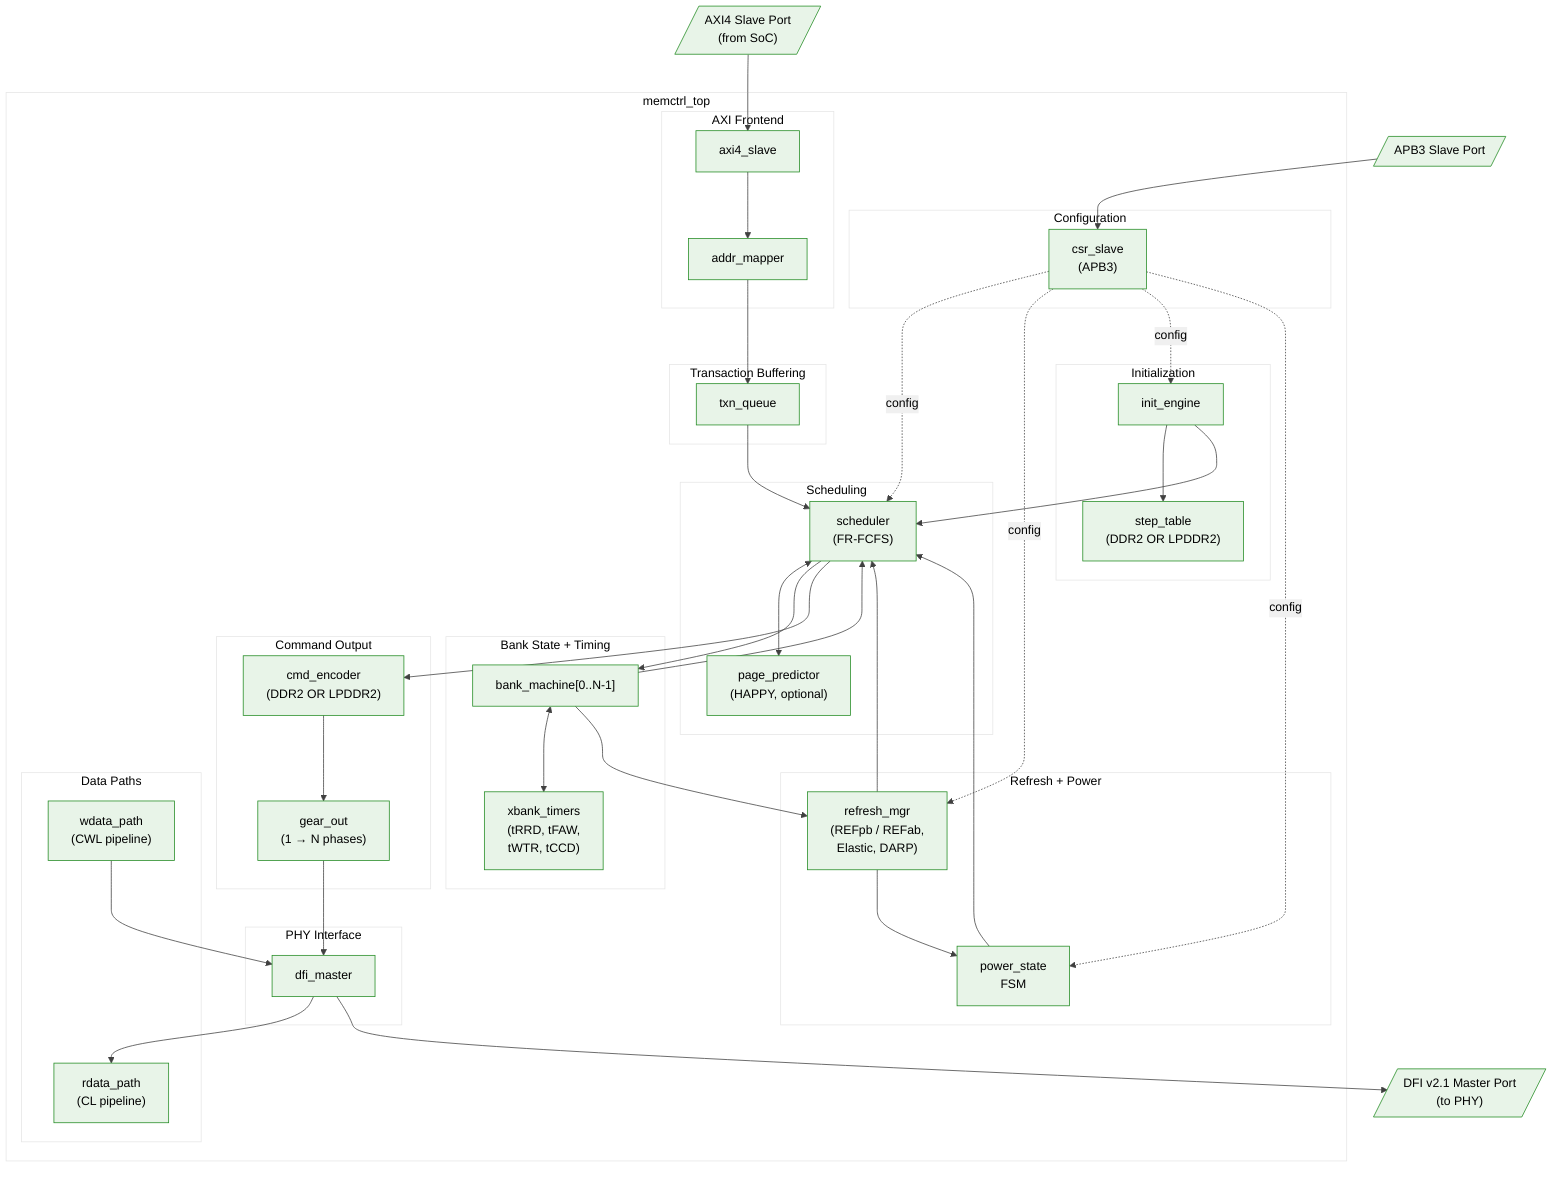
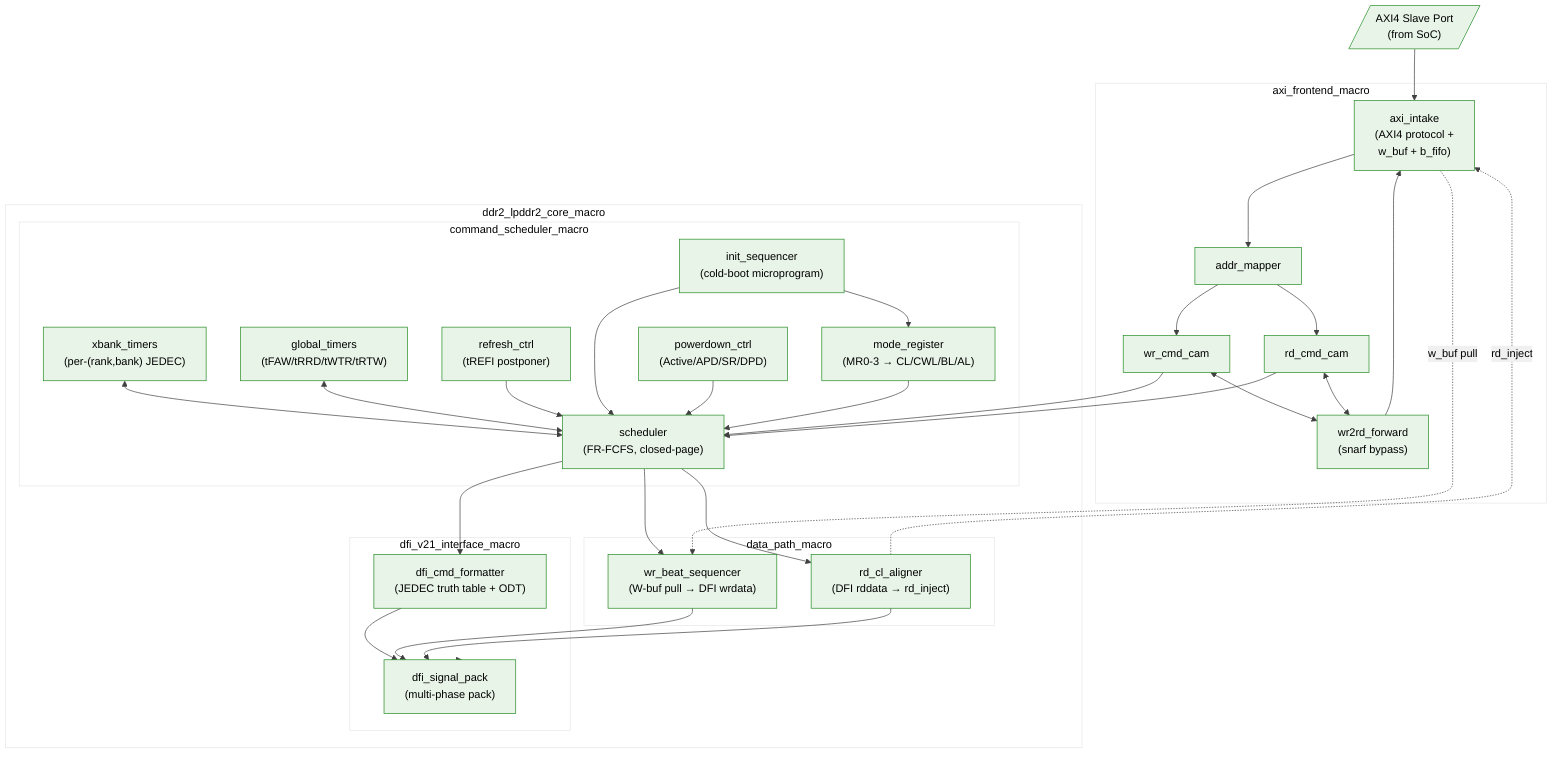
%%{init: {'theme': 'base', 'themeVariables': { 'primaryColor': '#e8f4e8', 'primaryTextColor': '#000', 'primaryBorderColor': '#228B22', 'lineColor': '#404040', 'secondaryColor': '#f0f0f0', 'tertiaryColor': '#fff'}}}%%
flowchart TB
-     subgraph MEMCTRL["memctrl_top"]
+     subgraph FRONT["axi_frontend_macro"]
+         axi_intake["axi_intake<br/>(AXI4 protocol +<br/>w_buf + b_fifo)"]
+         addr_mapper["addr_mapper"]
+         wr_cmd_cam["wr_cmd_cam"]
+         rd_cmd_cam["rd_cmd_cam"]
+         wr2rd_forward["wr2rd_forward<br/>(snarf bypass)"]
+     end

-         subgraph FRONT["AXI Frontend"]
-             axi4_slave["axi4_slave"]
-             addr_mapper["addr_mapper"]
+     subgraph CORE["ddr2_lpddr2_core_macro"]
+ 
+         subgraph CSCHED["command_scheduler_macro"]
+             scheduler["scheduler<br/>(FR-FCFS, closed-page)"]
+             xbank_timers["xbank_timers<br/>(per-(rank,bank) JEDEC)"]
+             global_timers["global_timers<br/>(tFAW/tRRD/tWTR/tRTW)"]
+             refresh_ctrl["refresh_ctrl<br/>(tREFI postponer)"]
+             mode_register["mode_register<br/>(MR0-3 → CL/CWL/BL/AL)"]
+             init_sequencer["init_sequencer<br/>(cold-boot microprogram)"]
+             powerdown_ctrl["powerdown_ctrl<br/>(Active/APD/SR/DPD)"]
        end

-         subgraph BUFFER["Transaction Buffering"]
-             txn_queue["txn_queue"]
+         subgraph DPATH["data_path_macro"]
+             wr_beat_sequencer["wr_beat_sequencer<br/>(W-buf pull → DFI wrdata)"]
+             rd_cl_aligner["rd_cl_aligner<br/>(DFI rddata → rd_inject)"]
        end

-         subgraph SCHED["Scheduling"]
-             scheduler["scheduler<br/>(FR-FCFS)"]
-             page_predictor["page_predictor<br/>(HAPPY, optional)"]
-         end
- 
-         subgraph BANKS["Bank State + Timing"]
-             bank_machines["bank_machine[0..N-1]"]
-             xbank_timers["xbank_timers<br/>(tRRD, tFAW,<br/>tWTR, tCCD)"]
-         end
- 
-         subgraph REFPWR["Refresh + Power"]
-             refresh_mgr["refresh_mgr<br/>(REFpb / REFab,<br/>Elastic, DARP)"]
-             power_state["power_state<br/>FSM"]
-         end
- 
-         subgraph INIT["Initialization"]
-             init_engine["init_engine"]
-             step_table["step_table<br/>(DDR2 OR LPDDR2)"]
-         end
- 
-         subgraph ENC["Command Output"]
-             cmd_encoder["cmd_encoder<br/>(DDR2 OR LPDDR2)"]
-             gear_out["gear_out<br/>(1 → N phases)"]
-         end
- 
-         subgraph DATA["Data Paths"]
-             wdata_path["wdata_path<br/>(CWL pipeline)"]
-             rdata_path["rdata_path<br/>(CL pipeline)"]
-         end
- 
-         subgraph PHY["PHY Interface"]
-             dfi_master["dfi_master"]
-         end
- 
-         subgraph CFG["Configuration"]
-             csr_slave["csr_slave<br/>(APB3)"]
+         subgraph DFI["dfi_v21_interface_macro"]
+             dfi_cmd_formatter["dfi_cmd_formatter<br/>(JEDEC truth table + ODT)"]
+             dfi_signal_pack["dfi_signal_pack<br/>(multi-phase pack)"]
        end

    end

-     AXI[/"AXI4 Slave Port<br/>(from SoC)"/] --> axi4_slave
-     axi4_slave --> addr_mapper
-     addr_mapper --> txn_queue
-     txn_queue --> scheduler
-     scheduler <--> page_predictor
-     scheduler --> bank_machines
-     bank_machines --> scheduler
-     bank_machines <--> xbank_timers
-     refresh_mgr --> scheduler
-     bank_machines --> refresh_mgr
-     init_engine --> step_table
-     init_engine --> scheduler
-     power_state --> scheduler
-     refresh_mgr --> power_state
-     scheduler --> cmd_encoder
-     cmd_encoder --> gear_out
-     gear_out --> dfi_master
-     wdata_path --> dfi_master
-     dfi_master --> rdata_path
-     dfi_master --> DFI[/"DFI v2.1 Master Port<br/>(to PHY)"/]
-     csr_slave -.config.-> scheduler
-     csr_slave -.config.-> refresh_mgr
-     csr_slave -.config.-> init_engine
-     csr_slave -.config.-> power_state
-     APB[/"APB3 Slave Port"/] --> csr_slave
+     AXI[/"AXI4 Slave Port<br/>(from SoC)"/] --> axi_intake
+     axi_intake --> addr_mapper
+     addr_mapper --> wr_cmd_cam
+     addr_mapper --> rd_cmd_cam
+     wr_cmd_cam <--> wr2rd_forward
+     rd_cmd_cam <--> wr2rd_forward
+     wr2rd_forward --> axi_intake
+ 
+     wr_cmd_cam --> scheduler
+     rd_cmd_cam --> scheduler
+     xbank_timers <--> scheduler
+     global_timers <--> scheduler
+     refresh_ctrl --> scheduler
+     init_sequencer --> scheduler
+     powerdown_ctrl --> scheduler
+     mode_register --> scheduler
+     init_sequencer --> mode_register
+ 
+     scheduler --> dfi_cmd_formatter
+     scheduler --> wr_beat_sequencer
+     scheduler --> rd_cl_aligner
+ 
+     axi_intake -.w_buf pull.-> wr_beat_sequencer
+     rd_cl_aligner -.rd_inject.-> axi_intake
+ 
+     dfi_cmd_formatter --> dfi_signal_pack
+     wr_beat_sequencer --> dfi_signal_pack
+     rd_cl_aligner --> dfi_signal_pack
+     dfi_signal_pack --> DFI[/"DFI v2.1 Master Port<br/>(to PHY)"/]
